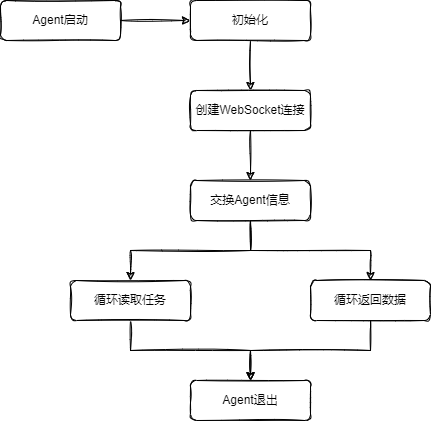
The draw.io diagram content/docs/agents/assets/流程图.png in jkstack/jkstack.github.io, before a commit. Source tidied: cells renumbered, new cells last; positions are measured from the earlier drawing's top-left corner, leaving out a move shared by most shapes.
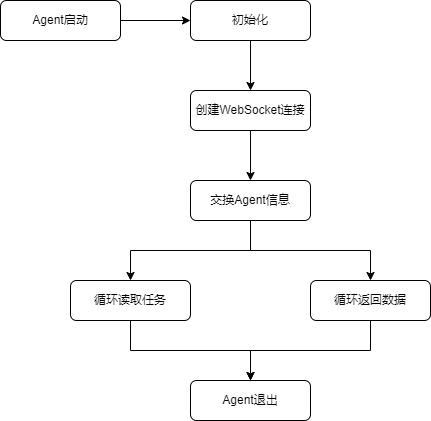
After the change.

Change to the diagram source:
```diff
@@ -2,48 +2,48 @@
   <root>
     <mxCell id="0" />
     <mxCell id="1" parent="0" />
-    <mxCell id="2" style="edgeStyle=orthogonalEdgeStyle;rounded=0;jettySize=auto;html=1;exitX=1;exitY=0.5;exitDx=0;exitDy=0;sketch=1;" parent="1" edge="1" source="3" target="5">
+    <mxCell id="2" style="edgeStyle=orthogonalEdgeStyle;rounded=0;jettySize=auto;html=1;exitX=1;exitY=0.5;exitDx=0;exitDy=0;sketch=0;" parent="1" edge="1" source="3" target="5">
       <mxGeometry relative="1" as="geometry" />
     </mxCell>
-    <mxCell id="3" value="Agent启动" style="rounded=1;whiteSpace=wrap;html=1;fontSize=12;glass=0;strokeWidth=1;shadow=0;sketch=1;" parent="1" vertex="1">
+    <mxCell id="3" value="Agent启动" style="rounded=1;whiteSpace=wrap;html=1;fontSize=12;glass=0;strokeWidth=1;shadow=0;sketch=0;" parent="1" vertex="1">
       <mxGeometry width="120" height="40" as="geometry" />
     </mxCell>
-    <mxCell id="4" style="edgeStyle=orthogonalEdgeStyle;rounded=0;jettySize=auto;html=1;exitX=0.5;exitY=1;exitDx=0;exitDy=0;entryX=0.5;entryY=0;entryDx=0;entryDy=0;sketch=1;" parent="1" edge="1" source="5" target="7">
+    <mxCell id="4" style="edgeStyle=orthogonalEdgeStyle;rounded=0;jettySize=auto;html=1;exitX=0.5;exitY=1;exitDx=0;exitDy=0;entryX=0.5;entryY=0;entryDx=0;entryDy=0;sketch=0;" parent="1" edge="1" source="5" target="7">
       <mxGeometry relative="1" as="geometry" />
     </mxCell>
-    <mxCell id="5" value="初始化" style="rounded=1;whiteSpace=wrap;html=1;fontSize=12;glass=0;strokeWidth=1;shadow=0;sketch=1;" parent="1" vertex="1">
+    <mxCell id="5" value="初始化" style="rounded=1;whiteSpace=wrap;html=1;fontSize=12;glass=0;strokeWidth=1;shadow=0;sketch=0;" parent="1" vertex="1">
       <mxGeometry x="190" width="120" height="40" as="geometry" />
     </mxCell>
-    <mxCell id="6" style="edgeStyle=orthogonalEdgeStyle;rounded=0;jettySize=auto;html=1;exitX=0.5;exitY=1;exitDx=0;exitDy=0;entryX=0.5;entryY=0;entryDx=0;entryDy=0;sketch=1;" parent="1" edge="1" source="7" target="10">
+    <mxCell id="6" style="edgeStyle=orthogonalEdgeStyle;rounded=0;jettySize=auto;html=1;exitX=0.5;exitY=1;exitDx=0;exitDy=0;entryX=0.5;entryY=0;entryDx=0;entryDy=0;sketch=0;" parent="1" edge="1" source="7" target="10">
       <mxGeometry relative="1" as="geometry" />
     </mxCell>
-    <mxCell id="7" value="创建WebSocket连接" style="rounded=1;whiteSpace=wrap;html=1;fontSize=12;glass=0;strokeWidth=1;shadow=0;sketch=1;" parent="1" vertex="1">
+    <mxCell id="7" value="创建WebSocket连接" style="rounded=1;whiteSpace=wrap;html=1;fontSize=12;glass=0;strokeWidth=1;shadow=0;sketch=0;" parent="1" vertex="1">
       <mxGeometry x="190" y="90" width="120" height="40" as="geometry" />
     </mxCell>
-    <mxCell id="8" style="edgeStyle=orthogonalEdgeStyle;rounded=0;jettySize=auto;html=1;exitX=0.5;exitY=1;exitDx=0;exitDy=0;entryX=0.5;entryY=0;entryDx=0;entryDy=0;sketch=1;" parent="1" edge="1" source="10" target="12">
+    <mxCell id="8" style="edgeStyle=orthogonalEdgeStyle;rounded=0;jettySize=auto;html=1;exitX=0.5;exitY=1;exitDx=0;exitDy=0;entryX=0.5;entryY=0;entryDx=0;entryDy=0;sketch=0;" parent="1" edge="1" source="10" target="12">
       <mxGeometry relative="1" as="geometry" />
     </mxCell>
-    <mxCell id="9" style="edgeStyle=orthogonalEdgeStyle;rounded=0;jettySize=auto;html=1;exitX=0.5;exitY=1;exitDx=0;exitDy=0;entryX=0.5;entryY=0;entryDx=0;entryDy=0;sketch=1;" parent="1" edge="1" source="10" target="14">
+    <mxCell id="9" style="edgeStyle=orthogonalEdgeStyle;rounded=0;jettySize=auto;html=1;exitX=0.5;exitY=1;exitDx=0;exitDy=0;entryX=0.5;entryY=0;entryDx=0;entryDy=0;sketch=0;" parent="1" edge="1" source="10" target="14">
       <mxGeometry relative="1" as="geometry" />
     </mxCell>
-    <mxCell id="10" value="交换Agent信息" style="rounded=1;whiteSpace=wrap;html=1;fontSize=12;glass=0;strokeWidth=1;shadow=0;sketch=1;" parent="1" vertex="1">
+    <mxCell id="10" value="交换Agent信息" style="rounded=1;whiteSpace=wrap;html=1;fontSize=12;glass=0;strokeWidth=1;shadow=0;sketch=0;" parent="1" vertex="1">
       <mxGeometry x="190" y="180" width="120" height="40" as="geometry" />
     </mxCell>
-    <mxCell id="11" style="edgeStyle=orthogonalEdgeStyle;rounded=0;jettySize=auto;html=1;exitX=0.5;exitY=1;exitDx=0;exitDy=0;entryX=0.5;entryY=0;entryDx=0;entryDy=0;sketch=1;" parent="1" edge="1" source="12" target="15">
+    <mxCell id="11" style="edgeStyle=orthogonalEdgeStyle;rounded=0;jettySize=auto;html=1;exitX=0.5;exitY=1;exitDx=0;exitDy=0;entryX=0.5;entryY=0;entryDx=0;entryDy=0;sketch=0;" parent="1" edge="1" source="12" target="15">
       <mxGeometry relative="1" as="geometry" />
     </mxCell>
-    <mxCell id="12" value="循环读取任务" style="rounded=1;whiteSpace=wrap;html=1;fontSize=12;glass=0;strokeWidth=1;shadow=0;sketch=1;" parent="1" vertex="1">
+    <mxCell id="12" value="循环读取任务" style="rounded=1;whiteSpace=wrap;html=1;fontSize=12;glass=0;strokeWidth=1;shadow=0;sketch=0;" parent="1" vertex="1">
       <mxGeometry x="70" y="280" width="120" height="40" as="geometry" />
     </mxCell>
-    <mxCell id="13" style="edgeStyle=orthogonalEdgeStyle;rounded=0;jettySize=auto;html=1;exitX=0.5;exitY=1;exitDx=0;exitDy=0;sketch=1;" parent="1" edge="1" source="14">
+    <mxCell id="13" style="edgeStyle=orthogonalEdgeStyle;rounded=0;jettySize=auto;html=1;exitX=0.5;exitY=1;exitDx=0;exitDy=0;sketch=0;" parent="1" edge="1" source="14">
       <mxGeometry relative="1" as="geometry">
         <mxPoint x="250" y="380" as="targetPoint" />
       </mxGeometry>
     </mxCell>
-    <mxCell id="14" value="循环返回数据" style="rounded=1;whiteSpace=wrap;html=1;fontSize=12;glass=0;strokeWidth=1;shadow=0;sketch=1;" parent="1" vertex="1">
+    <mxCell id="14" value="循环返回数据" style="rounded=1;whiteSpace=wrap;html=1;fontSize=12;glass=0;strokeWidth=1;shadow=0;sketch=0;" parent="1" vertex="1">
       <mxGeometry x="310" y="280" width="120" height="40" as="geometry" />
     </mxCell>
-    <mxCell id="15" value="Agent退出" style="rounded=1;whiteSpace=wrap;html=1;fontSize=12;glass=0;strokeWidth=1;shadow=0;sketch=1;" parent="1" vertex="1">
+    <mxCell id="15" value="Agent退出" style="rounded=1;whiteSpace=wrap;html=1;fontSize=12;glass=0;strokeWidth=1;shadow=0;sketch=0;" parent="1" vertex="1">
       <mxGeometry x="190" y="380" width="120" height="40" as="geometry" />
     </mxCell>
   </root>
```
